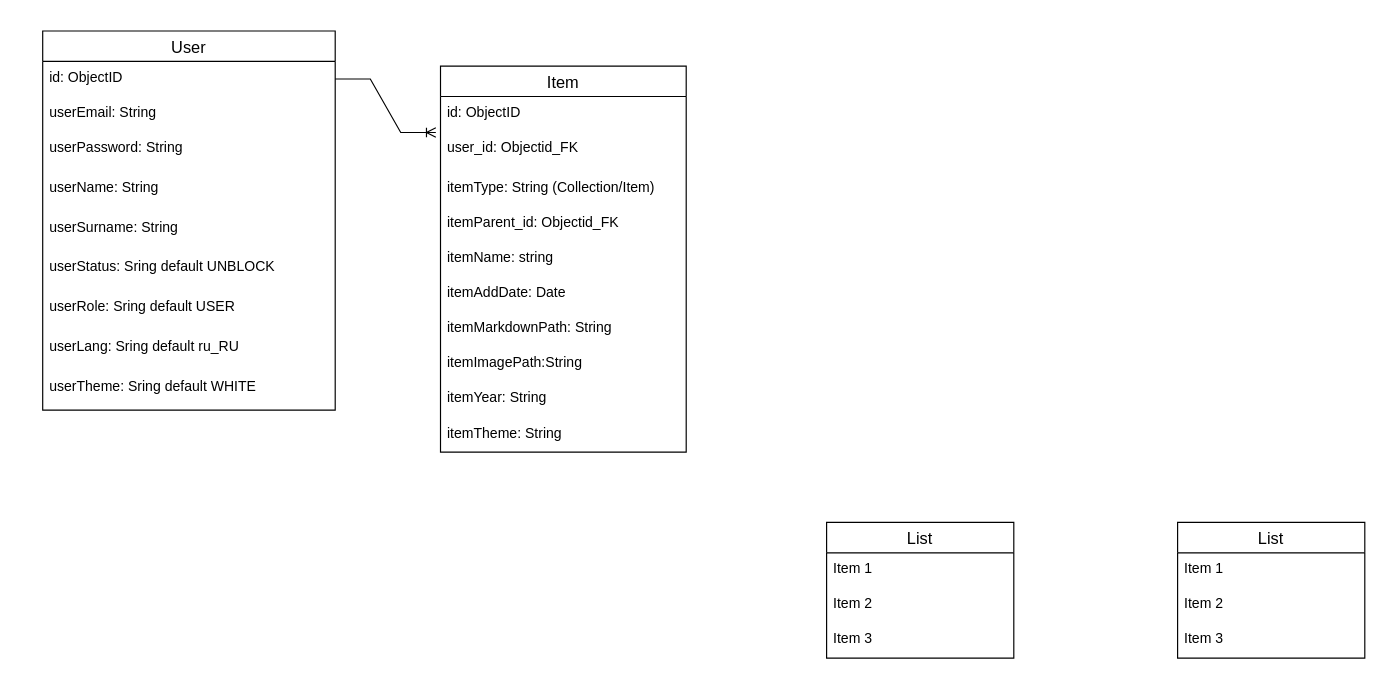
Earlier version of the draw.io diagram mongoDBdiagramm.drawio (Evg-const/curs-project). Source tidied: cells renumbered, new cells numbered last; positions are measured from the earlier drawing's top-left corner, leaving out a move shared by most shapes. Both pictures are drawn from the tidied source at 117%, with x=0, y=0 at pixel (42, 30).
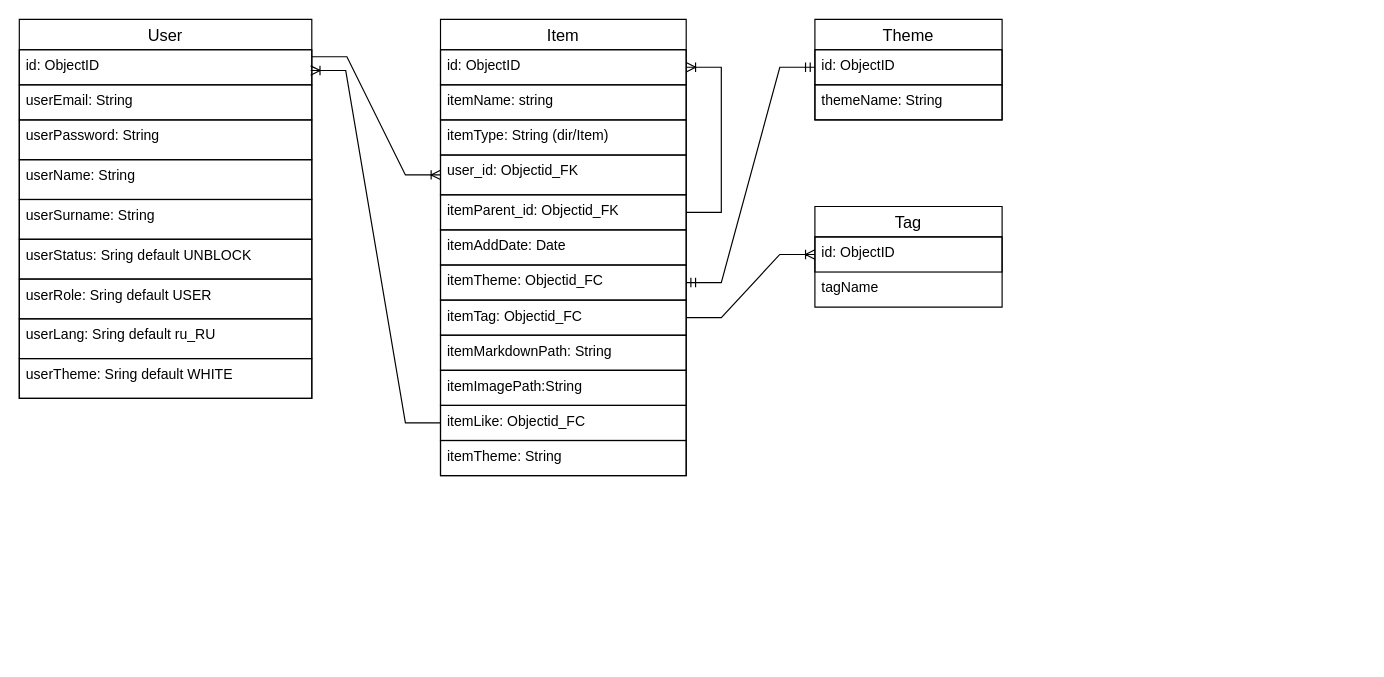
The same diagram, later.

The edit, as a diff of the source:
```diff
@@
-    <mxCell id="2" value="List" style="swimlane;fontStyle=0;horizontal=1;startSize=26;align=center;fontSize=14;" parent="1" vertex="1">
-      <mxGeometry x="670" y="420" width="160" height="116" as="geometry" />
+    <mxCell id="2" value="Theme" style="swimlane;fontStyle=0;horizontal=1;startSize=26;align=center;fontSize=14;strokeColor=default;swimlaneFillColor=none;" parent="1" vertex="1">
+      <mxGeometry x="660" y="-10" width="160" height="86" as="geometry" />
     </mxCell>
+    <mxCell id="32" value="id: ObjectID" style="text;strokeColor=default;fillColor=none;spacingLeft=4;spacingRight=4;overflow=hidden;points=[[0,0.5],[1,0.5]];portConstraint=eastwest;fontSize=12;swimlaneFillColor=none;" parent="2" vertex="1">
+      <mxGeometry y="26" width="160" height="30" as="geometry" />
+    </mxCell>
-    <mxCell id="3" value="Item 1" style="text;strokeColor=none;fillColor=none;spacingLeft=4;spacingRight=4;overflow=hidden;fontSize=12;" parent="2" vertex="1">
-      <mxGeometry y="26" width="160" height="30" as="geometry" />
+    <mxCell id="3" value="themeName: String" style="text;strokeColor=default;fillColor=none;spacingLeft=4;spacingRight=4;overflow=hidden;fontSize=12;swimlaneFillColor=none;" parent="2" vertex="1">
+      <mxGeometry y="56" width="160" height="30" as="geometry" />
     </mxCell>
-    <mxCell id="4" value="Item 2" style="text;strokeColor=none;fillColor=none;spacingLeft=4;spacingRight=4;overflow=hidden;fontSize=12;" parent="2" vertex="1">
-      <mxGeometry y="56" width="160" height="30" as="geometry" />
-    </mxCell>
-    <mxCell id="5" value="Item 3" style="text;strokeColor=none;fillColor=none;spacingLeft=4;spacingRight=4;overflow=hidden;fontSize=12;" parent="2" vertex="1">
-      <mxGeometry y="86" width="160" height="30" as="geometry" />
-    </mxCell>
-    <mxCell id="6" value="List" style="swimlane;fontStyle=0;horizontal=1;startSize=26;align=center;fontSize=14;" parent="1" vertex="1">
-      <mxGeometry x="970" y="420" width="160" height="116" as="geometry" />
+    <mxCell id="6" value="Tag" style="swimlane;fontStyle=0;horizontal=1;startSize=26;align=center;fontSize=14;" parent="1" vertex="1">
+      <mxGeometry x="660" y="150" width="160" height="86" as="geometry" />
     </mxCell>
+    <mxCell id="33" value="id: ObjectID" style="text;strokeColor=default;fillColor=none;spacingLeft=4;spacingRight=4;overflow=hidden;points=[[0,0.5],[1,0.5]];portConstraint=eastwest;fontSize=12;swimlaneFillColor=none;" parent="6" vertex="1">
+      <mxGeometry y="26" width="160" height="30" as="geometry" />
+    </mxCell>
-    <mxCell id="7" value="Item 1" style="text;strokeColor=none;fillColor=none;spacingLeft=4;spacingRight=4;overflow=hidden;fontSize=12;" parent="6" vertex="1">
-      <mxGeometry y="26" width="160" height="30" as="geometry" />
+    <mxCell id="7" value="tagName" style="text;strokeColor=none;fillColor=none;spacingLeft=4;spacingRight=4;overflow=hidden;fontSize=12;" parent="6" vertex="1">
+      <mxGeometry y="56" width="160" height="30" as="geometry" />
     </mxCell>
-    <mxCell id="8" value="Item 2" style="text;strokeColor=none;fillColor=none;spacingLeft=4;spacingRight=4;overflow=hidden;fontSize=12;" parent="6" vertex="1">
-      <mxGeometry y="56" width="160" height="30" as="geometry" />
-    </mxCell>
-    <mxCell id="9" value="Item 3" style="text;strokeColor=none;fillColor=none;spacingLeft=4;spacingRight=4;overflow=hidden;fontSize=12;" parent="6" vertex="1">
-      <mxGeometry y="86" width="160" height="30" as="geometry" />
-    </mxCell>
-    <mxCell id="10" value="User" style="swimlane;fontStyle=0;horizontal=1;startSize=26;align=center;fontSize=14;" parent="1" vertex="1">
-      <mxGeometry width="250" height="324" as="geometry" />
+    <mxCell id="10" value="User" style="swimlane;fontStyle=0;horizontal=1;startSize=26;align=center;fontSize=14;strokeColor=default;" parent="1" vertex="1">
+      <mxGeometry x="-20" y="-10" width="250" height="324" as="geometry" />
     </mxCell>
-    <mxCell id="11" value="id: ObjectID" style="text;strokeColor=none;fillColor=none;spacingLeft=4;spacingRight=4;overflow=hidden;points=[[0,0.5],[1,0.5]];portConstraint=eastwest;fontSize=12;" parent="10" vertex="1">
+    <mxCell id="11" value="id: ObjectID" style="text;strokeColor=default;fillColor=none;spacingLeft=4;spacingRight=4;overflow=hidden;points=[[0,0.5],[1,0.5]];portConstraint=eastwest;fontSize=12;" parent="10" vertex="1">
       <mxGeometry y="26" width="250" height="30" as="geometry" />
     </mxCell>
-    <mxCell id="12" value="userEmail: String" style="text;strokeColor=none;fillColor=none;spacingLeft=4;spacingRight=4;overflow=hidden;fontSize=12;" parent="10" vertex="1">
+    <mxCell id="12" value="userEmail: String" style="text;strokeColor=default;fillColor=none;spacingLeft=4;spacingRight=4;overflow=hidden;fontSize=12;" parent="10" vertex="1">
       <mxGeometry y="56" width="250" height="30" as="geometry" />
     </mxCell>
-    <mxCell id="13" value="userPassword: String" style="text;strokeColor=none;fillColor=none;spacingLeft=4;spacingRight=4;overflow=hidden;fontSize=12;" parent="10" vertex="1">
+    <mxCell id="13" value="userPassword: String" style="text;strokeColor=default;fillColor=none;spacingLeft=4;spacingRight=4;overflow=hidden;fontSize=12;" parent="10" vertex="1">
       <mxGeometry y="86" width="250" height="34" as="geometry" />
     </mxCell>
-    <mxCell id="14" value="userName: String" style="text;strokeColor=none;fillColor=none;spacingLeft=4;spacingRight=4;overflow=hidden;fontSize=12;" parent="10" vertex="1">
+    <mxCell id="14" value="userName: String" style="text;strokeColor=default;fillColor=none;spacingLeft=4;spacingRight=4;overflow=hidden;fontSize=12;" parent="10" vertex="1">
       <mxGeometry y="120" width="250" height="34" as="geometry" />
     </mxCell>
-    <mxCell id="15" value="userSurname: String" style="text;strokeColor=none;fillColor=none;spacingLeft=4;spacingRight=4;overflow=hidden;fontSize=12;" parent="10" vertex="1">
+    <mxCell id="15" value="userSurname: String" style="text;strokeColor=default;fillColor=none;spacingLeft=4;spacingRight=4;overflow=hidden;fontSize=12;" parent="10" vertex="1">
       <mxGeometry y="154" width="250" height="34" as="geometry" />
     </mxCell>
-    <mxCell id="16" value="userStatus: Sring default UNBLOCK" style="text;strokeColor=none;fillColor=none;spacingLeft=4;spacingRight=4;overflow=hidden;fontSize=12;" parent="10" vertex="1">
+    <mxCell id="16" value="userStatus: Sring default UNBLOCK" style="text;strokeColor=default;fillColor=none;spacingLeft=4;spacingRight=4;overflow=hidden;fontSize=12;" parent="10" vertex="1">
       <mxGeometry y="188" width="250" height="34" as="geometry" />
     </mxCell>
-    <mxCell id="17" value="userRole: Sring default USER" style="text;strokeColor=none;fillColor=none;spacingLeft=4;spacingRight=4;overflow=hidden;fontSize=12;" parent="10" vertex="1">
+    <mxCell id="17" value="userRole: Sring default USER" style="text;strokeColor=default;fillColor=none;spacingLeft=4;spacingRight=4;overflow=hidden;fontSize=12;" parent="10" vertex="1">
       <mxGeometry y="222" width="250" height="34" as="geometry" />
     </mxCell>
-    <mxCell id="18" value="userLang: Sring default ru_RU" style="text;strokeColor=none;fillColor=none;spacingLeft=4;spacingRight=4;overflow=hidden;fontSize=12;" parent="10" vertex="1">
+    <mxCell id="18" value="userLang: Sring default ru_RU" style="text;strokeColor=default;fillColor=none;spacingLeft=4;spacingRight=4;overflow=hidden;fontSize=12;" parent="10" vertex="1">
       <mxGeometry y="256" width="250" height="34" as="geometry" />
     </mxCell>
-    <mxCell id="19" value="userTheme: Sring default WHITE" style="text;strokeColor=none;fillColor=none;spacingLeft=4;spacingRight=4;overflow=hidden;fontSize=12;" parent="10" vertex="1">
+    <mxCell id="19" value="userTheme: Sring default WHITE" style="text;strokeColor=default;fillColor=none;spacingLeft=4;spacingRight=4;overflow=hidden;fontSize=12;" parent="10" vertex="1">
       <mxGeometry y="290" width="250" height="34" as="geometry" />
     </mxCell>
-    <mxCell id="20" value="Item" style="swimlane;fontStyle=0;horizontal=1;startSize=26;align=center;fontSize=14;" parent="1" vertex="1">
-      <mxGeometry x="340" y="30" width="210" height="330" as="geometry" />
+    <mxCell id="20" value="Item" style="swimlane;fontStyle=0;horizontal=1;startSize=26;align=center;fontSize=14;strokeColor=default;" parent="1" vertex="1">
+      <mxGeometry x="340" y="-10" width="210" height="390" as="geometry" />
     </mxCell>
-    <mxCell id="21" value="id: ObjectID" style="text;strokeColor=none;fillColor=none;spacingLeft=4;spacingRight=4;overflow=hidden;points=[[0,0.5],[1,0.5]];portConstraint=eastwest;fontSize=12;" parent="20" vertex="1">
+    <mxCell id="21" value="id: ObjectID" style="text;strokeColor=default;fillColor=none;spacingLeft=4;spacingRight=4;overflow=hidden;points=[[0,0.5],[1,0.5]];portConstraint=eastwest;fontSize=12;" parent="20" vertex="1">
       <mxGeometry y="26" width="210" height="30" as="geometry" />
     </mxCell>
+    <mxCell id="25" value="itemName: string" style="text;strokeColor=default;fillColor=none;spacingLeft=4;spacingRight=4;overflow=hidden;fontSize=12;" parent="20" vertex="1">
+      <mxGeometry y="56" width="210" height="30" as="geometry" />
+    </mxCell>
+    <mxCell id="23" value="itemType: String (dir/Item)" style="text;strokeColor=default;fillColor=none;spacingLeft=4;spacingRight=4;overflow=hidden;fontSize=12;" parent="20" vertex="1">
+      <mxGeometry y="86" width="210" height="30" as="geometry" />
+    </mxCell>
-    <mxCell id="22" value="user_id: Objectid_FK" style="text;strokeColor=none;fillColor=none;spacingLeft=4;spacingRight=4;overflow=hidden;points=[[0,0.5],[1,0.5]];portConstraint=eastwest;fontSize=12;" parent="20" vertex="1">
-      <mxGeometry y="56" width="210" height="34" as="geometry" />
+    <mxCell id="22" value="user_id: Objectid_FK" style="text;strokeColor=default;fillColor=none;spacingLeft=4;spacingRight=4;overflow=hidden;points=[[0,0.5],[1,0.5]];portConstraint=eastwest;fontSize=12;" parent="20" vertex="1">
+      <mxGeometry y="116" width="210" height="34" as="geometry" />
     </mxCell>
-    <mxCell id="23" value="itemType: String (Collection/Item)" style="text;strokeColor=none;fillColor=none;spacingLeft=4;spacingRight=4;overflow=hidden;fontSize=12;" parent="20" vertex="1">
-      <mxGeometry y="90" width="210" height="30" as="geometry" />
-    </mxCell>
-    <mxCell id="24" value="itemParent_id: Objectid_FK" style="text;strokeColor=none;fillColor=none;spacingLeft=4;spacingRight=4;overflow=hidden;points=[[0,0.5],[1,0.5]];portConstraint=eastwest;fontSize=12;" parent="20" vertex="1">
-      <mxGeometry y="120" width="210" height="30" as="geometry" />
+    <mxCell id="24" value="itemParent_id: Objectid_FK" style="text;strokeColor=default;fillColor=none;spacingLeft=4;spacingRight=4;overflow=hidden;points=[[0,0.5],[1,0.5]];portConstraint=eastwest;fontSize=12;" parent="20" vertex="1">
+      <mxGeometry y="150" width="210" height="30" as="geometry" />
     </mxCell>
-    <mxCell id="25" value="itemName: string" style="text;strokeColor=none;fillColor=none;spacingLeft=4;spacingRight=4;overflow=hidden;fontSize=12;" parent="20" vertex="1">
-      <mxGeometry y="150" width="210" height="30" as="geometry" />
-    </mxCell>
-    <mxCell id="26" value="itemAddDate: Date" style="text;strokeColor=none;fillColor=none;spacingLeft=4;spacingRight=4;overflow=hidden;fontSize=12;" parent="20" vertex="1">
+    <mxCell id="26" value="itemAddDate: Date" style="text;strokeColor=default;fillColor=none;spacingLeft=4;spacingRight=4;overflow=hidden;fontSize=12;" parent="20" vertex="1">
       <mxGeometry y="180" width="210" height="30" as="geometry" />
     </mxCell>
+    <mxCell id="34" value="itemTheme: Objectid_FC" style="text;strokeColor=default;fillColor=none;spacingLeft=4;spacingRight=4;overflow=hidden;points=[[0,0.5],[1,0.5]];portConstraint=eastwest;fontSize=12;" parent="20" vertex="1">
+      <mxGeometry y="210" width="210" height="30" as="geometry" />
+    </mxCell>
+    <mxCell id="35" value="itemTag: Objectid_FC" style="text;strokeColor=default;fillColor=none;spacingLeft=4;spacingRight=4;overflow=hidden;points=[[0,0.5],[1,0.5]];portConstraint=eastwest;fontSize=12;" parent="20" vertex="1">
+      <mxGeometry y="240" width="210" height="30" as="geometry" />
+    </mxCell>
-    <mxCell id="27" value="itemMarkdownPath: String" style="text;strokeColor=none;fillColor=none;spacingLeft=4;spacingRight=4;overflow=hidden;fontSize=12;" parent="20" vertex="1">
-      <mxGeometry y="210" width="210" height="30" as="geometry" />
+    <mxCell id="27" value="itemMarkdownPath: String" style="text;strokeColor=default;fillColor=none;spacingLeft=4;spacingRight=4;overflow=hidden;fontSize=12;" parent="20" vertex="1">
+      <mxGeometry y="270" width="210" height="30" as="geometry" />
     </mxCell>
-    <mxCell id="28" value="itemImagePath:String" style="text;strokeColor=none;fillColor=none;spacingLeft=4;spacingRight=4;overflow=hidden;fontSize=12;" parent="20" vertex="1">
-      <mxGeometry y="240" width="210" height="30" as="geometry" />
+    <mxCell id="28" value="itemImagePath:String" style="text;strokeColor=default;fillColor=none;spacingLeft=4;spacingRight=4;overflow=hidden;fontSize=12;" parent="20" vertex="1">
+      <mxGeometry y="300" width="210" height="30" as="geometry" />
     </mxCell>
-    <mxCell id="29" value="itemYear: String" style="text;strokeColor=none;fillColor=none;spacingLeft=4;spacingRight=4;overflow=hidden;fontSize=12;" parent="20" vertex="1">
-      <mxGeometry y="270" width="210" height="30" as="geometry" />
-    </mxCell>
-    <mxCell id="30" value="itemTheme: String" style="text;strokeColor=none;fillColor=none;spacingLeft=4;spacingRight=4;overflow=hidden;points=[[0,0.5],[1,0.5]];portConstraint=eastwest;fontSize=12;" parent="20" vertex="1">
-      <mxGeometry y="300" width="210" height="30" as="geometry" />
+    <mxCell id="30" value="itemLike: Objectid_FC" style="text;strokeColor=default;fillColor=none;spacingLeft=4;spacingRight=4;overflow=hidden;points=[[0,0.5],[1,0.5]];portConstraint=eastwest;fontSize=12;" parent="20" vertex="1">
+      <mxGeometry y="330" width="210" height="30" as="geometry" />
     </mxCell>
+    <mxCell id="36" style="edgeStyle=entityRelationEdgeStyle;fontSize=12;html=1;endArrow=ERoneToMany;rounded=0;entryX=1;entryY=0.5;entryDx=0;entryDy=0;strokeColor=default;" parent="20" edge="1" source="24" target="21">
+      <mxGeometry relative="1" as="geometry" />
+    </mxCell>
+    <mxCell id="37" value="itemTheme: String" style="text;strokeColor=default;fillColor=none;spacingLeft=4;spacingRight=4;overflow=hidden;fontSize=12;" parent="20" vertex="1">
+      <mxGeometry y="360" width="210" height="30" as="geometry" />
+    </mxCell>
-    <mxCell id="31" style="edgeStyle=entityRelationEdgeStyle;fontSize=12;html=1;endArrow=ERoneToMany;rounded=0;entryX=-0.019;entryY=1.025;entryDx=0;entryDy=0;entryPerimeter=0;" parent="1" edge="1" source="11" target="21">
-      <mxGeometry relative="1" as="geometry" />
+    <mxCell id="31" style="edgeStyle=entityRelationEdgeStyle;fontSize=12;html=1;endArrow=ERoneToMany;rounded=0;" parent="1" edge="1" target="22">
+      <mxGeometry relative="1" as="geometry">
+        <mxPoint x="230" y="22" as="sourcePoint" />
+      </mxGeometry>
     </mxCell>
+    <mxCell id="38" style="edgeStyle=entityRelationEdgeStyle;fontSize=12;html=1;endArrow=ERmandOne;startArrow=ERmandOne;rounded=0;strokeColor=default;" parent="1" edge="1" source="34" target="32">
+      <mxGeometry relative="1" as="geometry" />
+    </mxCell>
+    <mxCell id="39" style="edgeStyle=entityRelationEdgeStyle;fontSize=12;html=1;endArrow=ERoneToMany;rounded=0;strokeColor=default;entryX=0;entryY=0.5;entryDx=0;entryDy=0;" parent="1" edge="1" source="35" target="33">
+      <mxGeometry relative="1" as="geometry" />
+    </mxCell>
+    <mxCell id="40" style="edgeStyle=entityRelationEdgeStyle;fontSize=12;html=1;endArrow=ERoneToMany;rounded=0;strokeColor=default;exitX=0;exitY=0.5;exitDx=0;exitDy=0;entryX=0.996;entryY=0.593;entryDx=0;entryDy=0;entryPerimeter=0;" parent="1" edge="1" source="30" target="11">
+      <mxGeometry relative="1" as="geometry" />
+    </mxCell>
```
